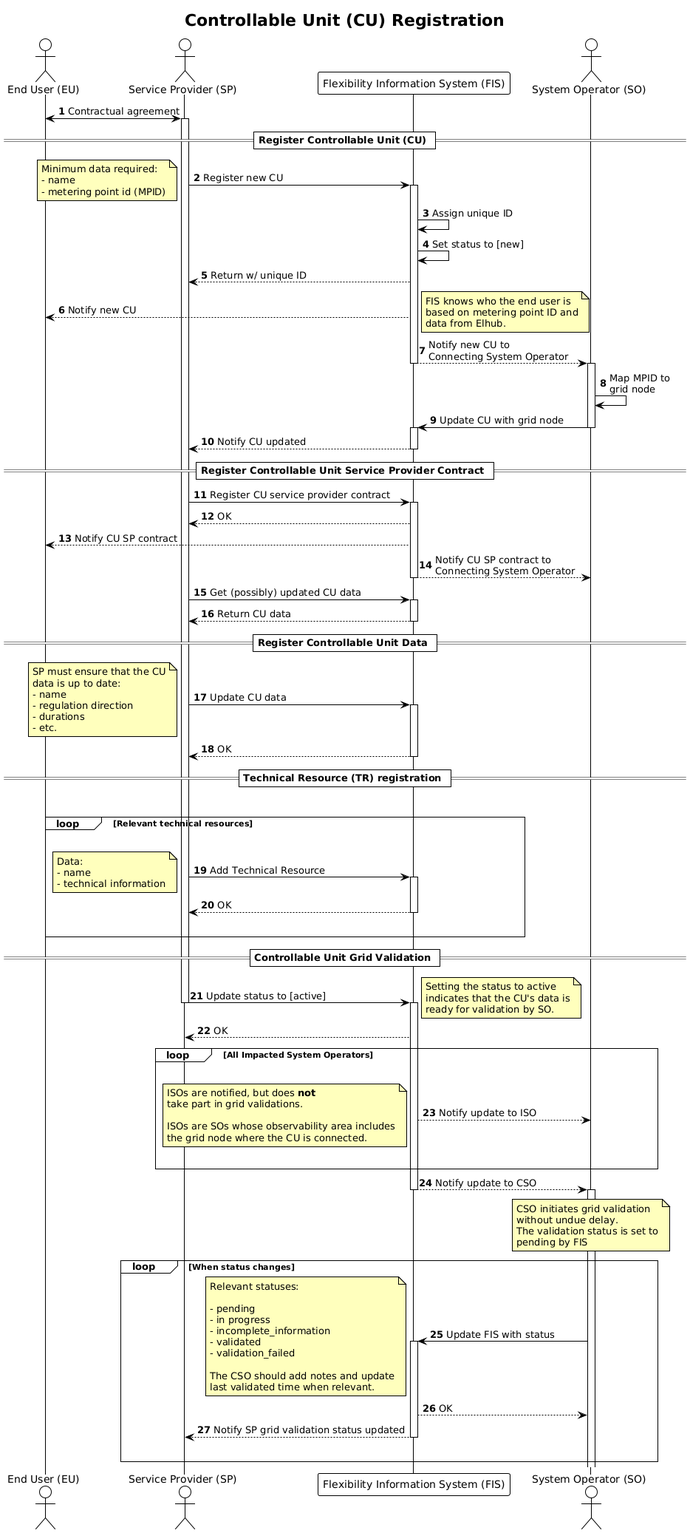
This is docs/diagrams/controllable_unit_registration.png from elhub/flex-information-system, a PlantUML export, as it was before one commit. Its diagram source:
```plantuml
@startuml controllable_unit_registration
!theme plain

title Controllable Unit (CU) Registration

autonumber
skinparam note {
    BackgroundColor #FFFFBD
}

actor "End User (EU)" AS EU
actor "Service Provider (SP)" as SP
participant "Flexibility Information System (FIS)" as FIS
actor "System Operator (SO)" as SO

EU <-> SP: Contractual agreement
activate SP

== Register Controllable Unit (CU) ==

SP -> FIS: Register new CU
note left
    Minimum data required:
    - name
    - metering point id (MPID)
end note

activate FIS
FIS -> FIS: Assign unique ID
FIS -> FIS: Set status to [new]
FIS --> SP: Return w/ unique ID
FIS --> EU : Notify new CU
note right
    FIS knows who the end user is
    based on metering point ID and
    data from Elhub.
end note
FIS --> SO: Notify new CU to\nConnecting System Operator
deactivate FIS

activate SO
SO -> SO: Map MPID to\ngrid node
SO -> FIS: Update CU with grid node
deactivate SO
activate FIS
FIS --> SP: Notify CU updated
deactivate FIS

== Register Controllable Unit Service Provider Contract ==

SP -> FIS: Register CU service provider contract
activate FIS
FIS --> SP: OK
FIS --> EU : Notify CU SP contract
FIS --> SO: Notify CU SP contract to\nConnecting System Operator
deactivate FIS

SP -> FIS: Get (possibly) updated CU data
activate FIS
FIS --> SP: Return CU data
deactivate FIS

== Register Controllable Unit Data ==

SP -> FIS: Update CU data
note left
    SP must ensure that the CU
    data is up to date:
    - name
    - regulation direction
    - durations
    - etc.
end note
activate FIS
FIS --> SP: OK
deactivate FIS

== Technical Resource (TR) registration ==


loop For each relevant TR of the CU

loop Relevant technical resources
    |||
    SP -> FIS: Add Technical Resource
    note left
        Data:
        - name
        - technical information
    end note
    activate FIS
    FIS --> SP: OK
    deactivate FIS
    |||
end

== Controllable Unit Grid Validation ==

SP -> FIS: Update status to [active]
deactivate SP
activate FIS
note right
    Setting the status to active
    indicates that the CU's data is
    ready for validation by SO.
end note
FIS --> SP: OK

loop All Impacted System Operators
    |||
    FIS --> SO: Notify update to ISO
    note left
        ISOs are notified, but does <b>not</b>
        take part in grid validations.

        ISOs are SOs whose observability area includes
        the grid node where the CU is connected.
    end note
    |||
end

FIS --> SO: Notify update to CSO
deactivate FIS
activate SO

note over SO
    CSO initiates grid validation
    without undue delay.
    The validation status is set to
    pending by FIS
end note
loop When status changes
    SO -> FIS: Update FIS with status
    note left
        Relevant statuses:

        - pending
        - in progress
        - incomplete_information
        - validated
        - validation_failed

        The CSO should add notes and update
        last validated time when relevant.
    end note
    activate FIS
    FIS --> SO: OK
    FIS --> SP: Notify SP grid validation status updated
    deactivate FIS
    |||
end


@enduml
```
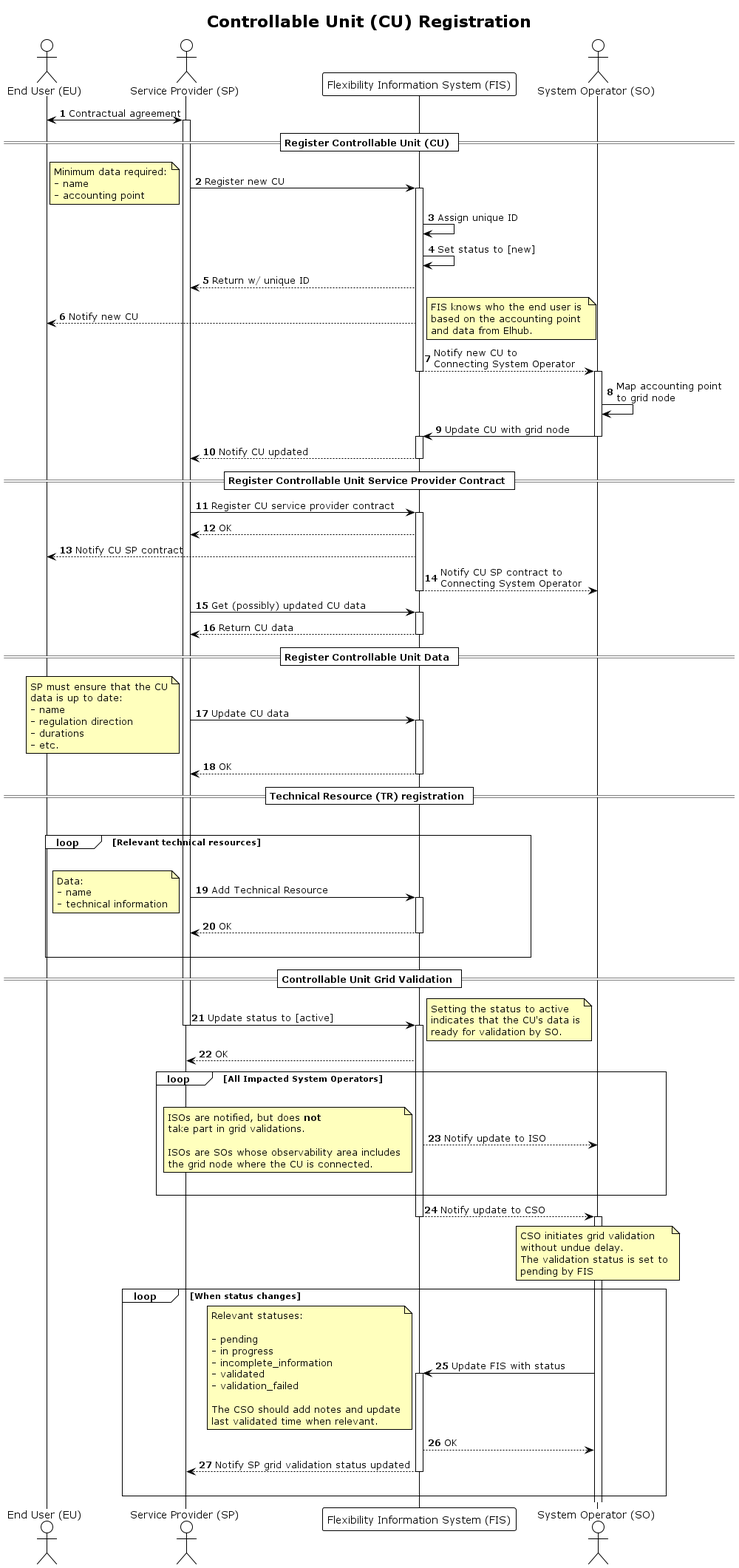
Above is the later version.

Change to the diagram source:
```diff
@@ -22,7 +22,7 @@
 note left
     Minimum data required:
     - name
-    - metering point id (MPID)
+    - accounting point
 end note
 
 activate FIS
@@ -32,14 +32,14 @@
 FIS --> EU : Notify new CU
 note right
     FIS knows who the end user is
-    based on metering point ID and
-    data from Elhub.
+    based on the accounting point
+    and data from Elhub.
 end note
 FIS --> SO: Notify new CU to\nConnecting System Operator
 deactivate FIS
 
 activate SO
-SO -> SO: Map MPID to\ngrid node
+SO -> SO: Map accounting point \nto grid node
 SO -> FIS: Update CU with grid node
 deactivate SO
 activate FIS
```
